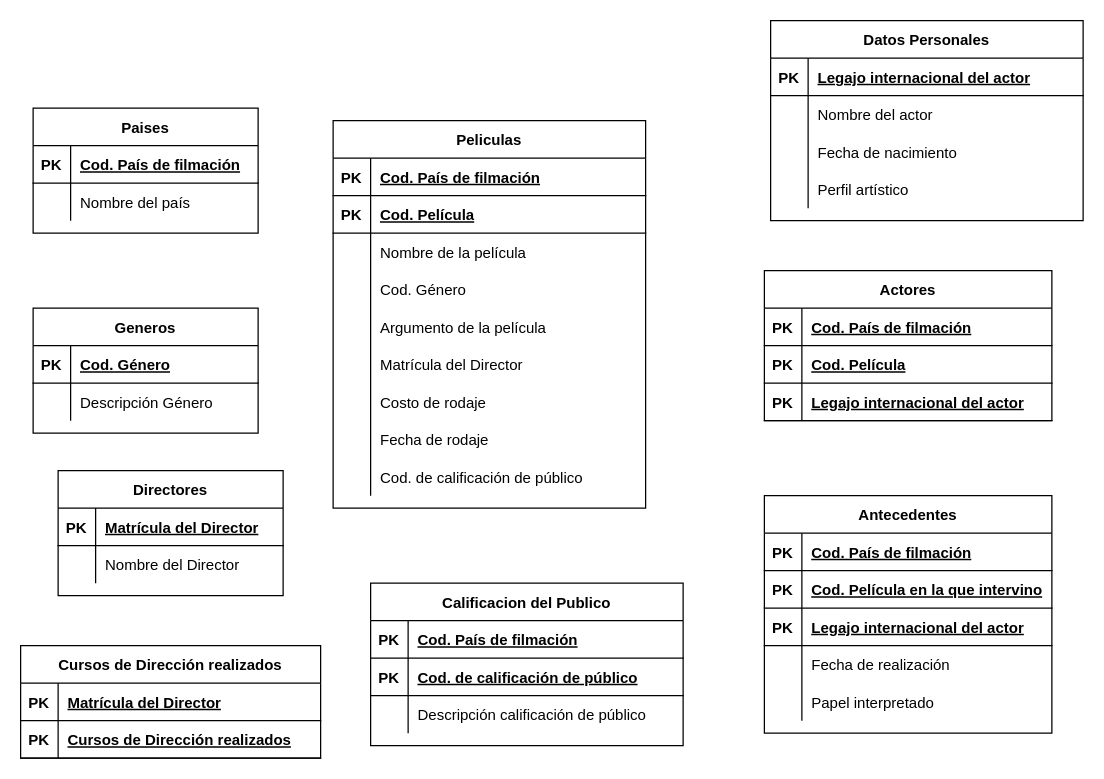
Before: peliculas.drawio in RailGun15/BaseDeDatos-UTN, a draw.io diagram. Source tidied: cells renumbered, new cells numbered last; positions are measured from the earlier drawing's top-left corner, leaving out a move shared by most shapes. Both pictures are drawn from the tidied source at 125%, with x=0, y=0 at pixel (20, 20).
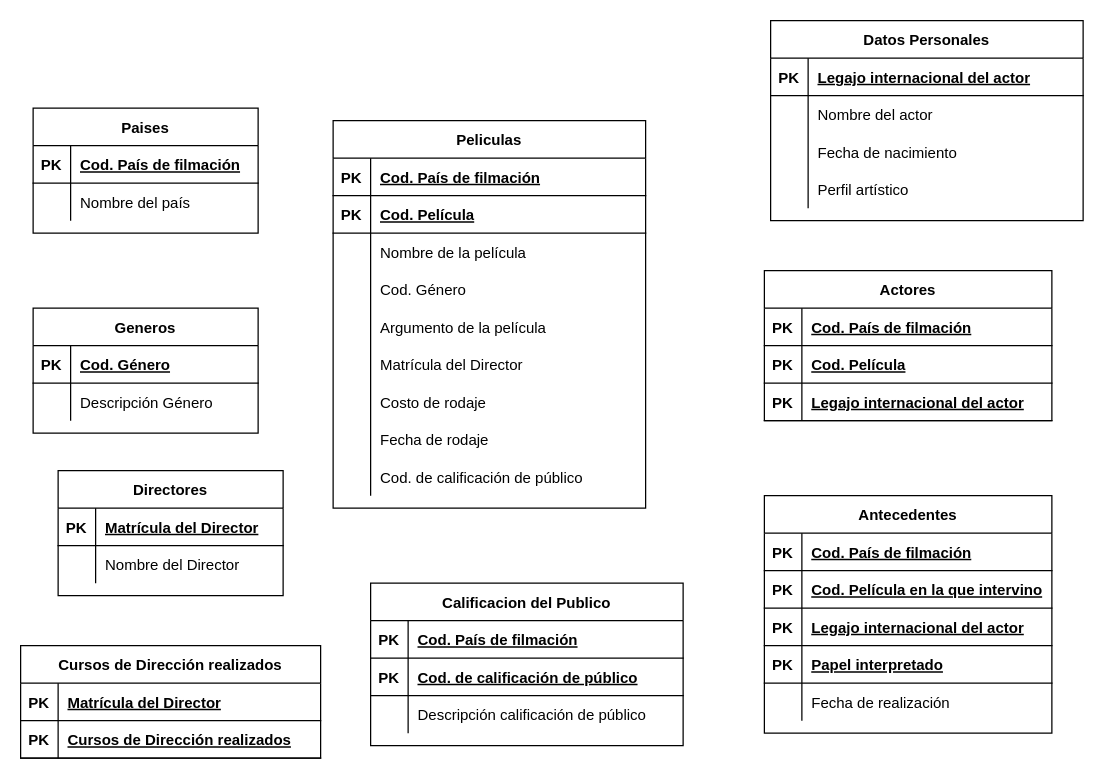
The same diagram, later.

Unchanged cells that the change refers to:
```xml
<mxCell id="81" value="Antecedentes " style="shape=table;startSize=30;childLayout=tableLayout;rowLines=0;fontStyle=1;align=center;" parent="1" vertex="1">
  <mxGeometry x="595" y="380" width="230" height="190" as="geometry" />
</mxCell>
```

Change to the diagram source:
```diff
@@
+    <mxCell id="107" style="shape=partialRectangle;fillColor=none;top=0;left=0;bottom=1;right=0;" parent="81" vertex="1">
+      <mxGeometry y="120" width="230" height="30" as="geometry" />
+    </mxCell>
+    <mxCell id="108" value="PK" style="shape=partialRectangle;fillColor=none;top=0;left=0;bottom=0;right=0;fontStyle=1;overflow=hidden;" parent="107" vertex="1">
+      <mxGeometry width="30" height="30" as="geometry" />
+    </mxCell>
+    <mxCell id="96" value="Papel interpretado" style="shape=partialRectangle;fillColor=none;top=0;left=0;bottom=0;right=0;align=left;spacingLeft=6;fontStyle=5;overflow=hidden;" parent="107" vertex="1">
+      <mxGeometry x="30" width="200" height="30" as="geometry" />
+    </mxCell>
     <mxCell id="91" style="shape=partialRectangle;fillColor=none;top=0;left=0;bottom=0;right=0;" parent="81" vertex="1">
-      <mxGeometry y="120" width="230" height="30" as="geometry" />
+      <mxGeometry y="150" width="230" height="30" as="geometry" />
     </mxCell>
@@
-    <mxCell id="94" style="shape=partialRectangle;fillColor=none;top=0;left=0;bottom=0;right=0;" parent="81" vertex="1">
-      <mxGeometry y="150" width="230" height="30" as="geometry" />
-    </mxCell>
-    <mxCell id="95" style="shape=partialRectangle;fillColor=none;top=0;left=0;bottom=0;right=0;overflow=hidden;" parent="94" vertex="1">
-      <mxGeometry width="30" height="30" as="geometry" />
-    </mxCell>
-    <mxCell id="96" value="Papel interpretado " style="shape=partialRectangle;fillColor=none;top=0;left=0;bottom=0;right=0;align=left;spacingLeft=6;overflow=hidden;" parent="94" vertex="1">
-      <mxGeometry x="30" width="200" height="30" as="geometry" />
-    </mxCell>
```
